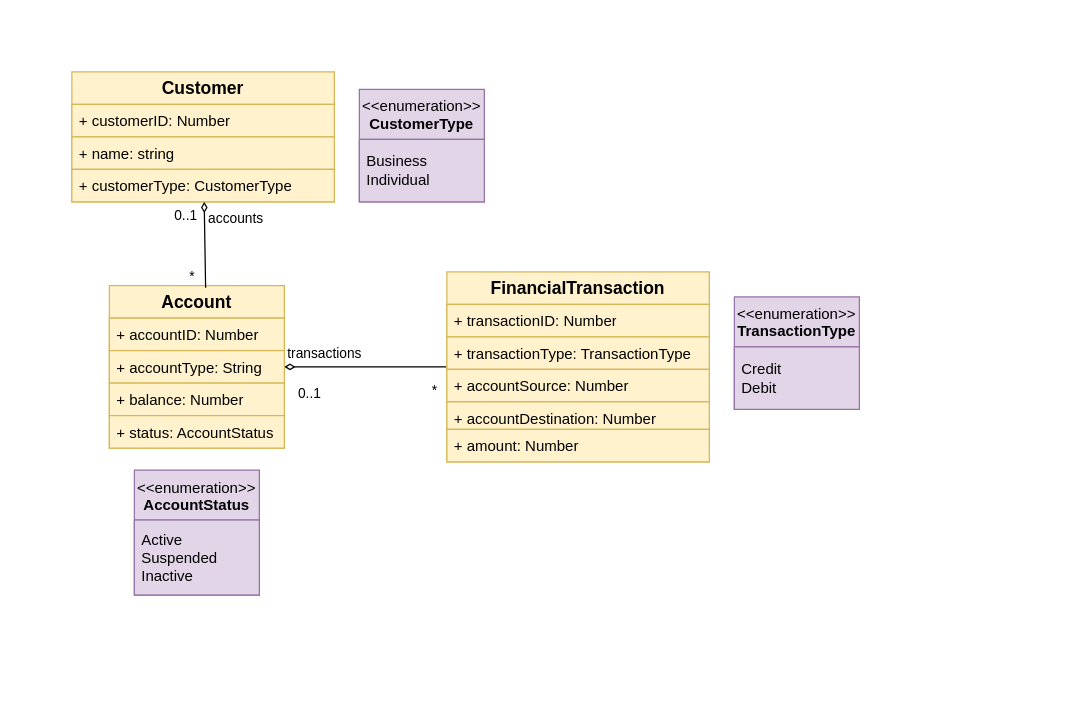
Above: docs/assets/beapizer-example.drawio in houcemlaw/beapizer (draw.io), before the change. Source tidied: cells renumbered, new cells numbered last; positions are measured from the earlier drawing's top-left corner, leaving out a move shared by most shapes. Both pictures are drawn from the tidied source at 125%, with x=0, y=0 at pixel (21, 34).
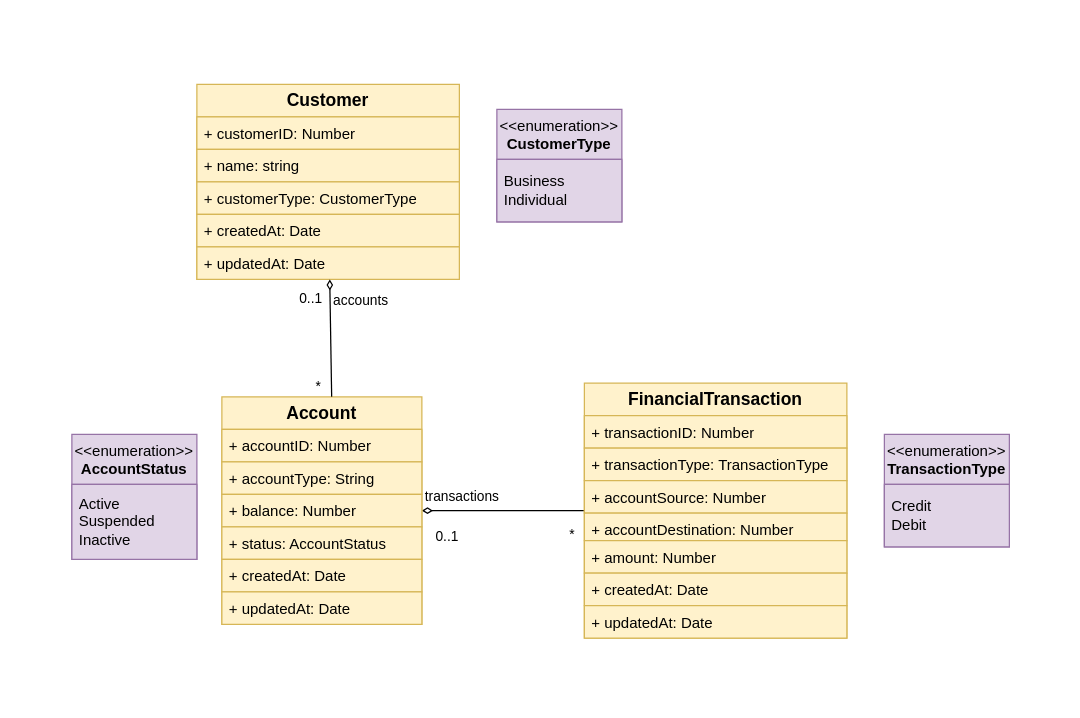
The same page after the edit.

Change to the diagram source:
```diff
@@
     <mxCell id="2" style="rounded=1;whiteSpace=wrap;html=1;fillColor=default;strokeColor=none;" parent="1" vertex="1">
-      <mxGeometry width="690" height="470" as="geometry" />
+      <mxGeometry y="-10" width="830" height="540" as="geometry" />
     </mxCell>
     <mxCell id="3" value="Customer" style="swimlane;fontStyle=1;horizontal=1;startSize=26;fillColor=#fff2cc;whiteSpace=wrap;html=1;strokeColor=#d6b656;fontSize=14;" parent="1" vertex="1">
-      <mxGeometry x="40" y="30" width="210" height="104" as="geometry" />
+      <mxGeometry x="140" y="40" width="210" height="156" as="geometry" />
     </mxCell>
@@
+    <mxCell id="32" value="+ customerType: CustomerType" style="text;strokeColor=#d6b656;fillColor=#fff2cc;align=left;verticalAlign=top;spacingLeft=4;spacingRight=4;overflow=hidden;whiteSpace=wrap;html=1;" parent="3" vertex="1">
+      <mxGeometry y="78" width="210" height="26" as="geometry" />
+    </mxCell>
+    <mxCell id="33" value="+ createdAt: Date" style="text;strokeColor=#d6b656;fillColor=#fff2cc;align=left;verticalAlign=top;spacingLeft=4;spacingRight=4;overflow=hidden;whiteSpace=wrap;html=1;" parent="3" vertex="1">
+      <mxGeometry y="104" width="210" height="26" as="geometry" />
+    </mxCell>
-    <mxCell id="6" value="+ customerType: CustomerType" style="text;strokeColor=#d6b656;fillColor=#fff2cc;align=left;verticalAlign=top;spacingLeft=4;spacingRight=4;overflow=hidden;whiteSpace=wrap;html=1;" parent="3" vertex="1">
-      <mxGeometry y="78" width="210" height="26" as="geometry" />
+    <mxCell id="6" value="+ updatedAt: Date" style="text;strokeColor=#d6b656;fillColor=#fff2cc;align=left;verticalAlign=top;spacingLeft=4;spacingRight=4;overflow=hidden;whiteSpace=wrap;html=1;" parent="3" vertex="1">
+      <mxGeometry y="130" width="210" height="26" as="geometry" />
     </mxCell>
@@
     <mxCell id="11" value="Account" style="swimlane;fontStyle=1;horizontal=1;startSize=26;fillColor=#fff2cc;whiteSpace=wrap;html=1;strokeColor=#d6b656;fontSize=14;" parent="1" vertex="1">
-      <mxGeometry x="70" y="201" width="140" height="130" as="geometry" />
+      <mxGeometry x="160" y="290" width="160" height="182" as="geometry" />
     </mxCell>
     <mxCell id="12" value="+ accountID: Number" style="text;strokeColor=#d6b656;fillColor=#fff2cc;align=left;verticalAlign=top;spacingLeft=4;spacingRight=4;overflow=hidden;whiteSpace=wrap;html=1;" parent="11" vertex="1">
-      <mxGeometry y="26" width="140" height="26" as="geometry" />
+      <mxGeometry y="26" width="160" height="26" as="geometry" />
     </mxCell>
     <mxCell id="13" value="+ accountType: String" style="text;strokeColor=#d6b656;fillColor=#fff2cc;align=left;verticalAlign=top;spacingLeft=4;spacingRight=4;overflow=hidden;whiteSpace=wrap;html=1;" parent="11" vertex="1">
-      <mxGeometry y="52" width="140" height="26" as="geometry" />
+      <mxGeometry y="52" width="160" height="26" as="geometry" />
     </mxCell>
     <mxCell id="14" value="+ balance: Number" style="text;strokeColor=#d6b656;fillColor=#fff2cc;align=left;verticalAlign=top;spacingLeft=4;spacingRight=4;overflow=hidden;whiteSpace=wrap;html=1;" parent="11" vertex="1">
-      <mxGeometry y="78" width="140" height="26" as="geometry" />
+      <mxGeometry y="78" width="160" height="26" as="geometry" />
     </mxCell>
     <mxCell id="15" value="+ status: AccountStatus" style="text;strokeColor=#d6b656;fillColor=#fff2cc;align=left;verticalAlign=top;spacingLeft=4;spacingRight=4;overflow=hidden;whiteSpace=wrap;html=1;" parent="11" vertex="1">
-      <mxGeometry y="104" width="140" height="26" as="geometry" />
+      <mxGeometry y="104" width="160" height="26" as="geometry" />
     </mxCell>
+    <mxCell id="34" value="+ createdAt: Date" style="text;strokeColor=#d6b656;fillColor=#fff2cc;align=left;verticalAlign=top;spacingLeft=4;spacingRight=4;overflow=hidden;whiteSpace=wrap;html=1;" parent="11" vertex="1">
+      <mxGeometry y="130" width="160" height="26" as="geometry" />
+    </mxCell>
+    <mxCell id="35" value="+ updatedAt: Date" style="text;strokeColor=#d6b656;fillColor=#fff2cc;align=left;verticalAlign=top;spacingLeft=4;spacingRight=4;overflow=hidden;whiteSpace=wrap;html=1;" parent="11" vertex="1">
+      <mxGeometry y="156" width="160" height="26" as="geometry" />
+    </mxCell>
     <mxCell id="16" value="FinancialTransaction" style="swimlane;fontStyle=1;horizontal=1;startSize=26;fillColor=#fff2cc;whiteSpace=wrap;html=1;strokeColor=#d6b656;fontSize=14;" parent="1" vertex="1">
-      <mxGeometry x="340" y="190" width="210" height="152" as="geometry" />
+      <mxGeometry x="450" y="279" width="210" height="204" as="geometry" />
     </mxCell>
@@
+    <mxCell id="36" value="+ amount: Number" style="text;strokeColor=#d6b656;fillColor=#fff2cc;align=left;verticalAlign=top;spacingLeft=4;spacingRight=4;overflow=hidden;whiteSpace=wrap;html=1;" parent="16" vertex="1">
+      <mxGeometry y="126" width="210" height="26" as="geometry" />
+    </mxCell>
+    <mxCell id="37" value="+ createdAt: Date" style="text;strokeColor=#d6b656;fillColor=#fff2cc;align=left;verticalAlign=top;spacingLeft=4;spacingRight=4;overflow=hidden;whiteSpace=wrap;html=1;" parent="16" vertex="1">
+      <mxGeometry y="152" width="210" height="26" as="geometry" />
+    </mxCell>
-    <mxCell id="21" value="+ amount: Number" style="text;strokeColor=#d6b656;fillColor=#fff2cc;align=left;verticalAlign=top;spacingLeft=4;spacingRight=4;overflow=hidden;whiteSpace=wrap;html=1;" parent="16" vertex="1">
-      <mxGeometry y="126" width="210" height="26" as="geometry" />
+    <mxCell id="21" value="+ updatedAt: Date" style="text;strokeColor=#d6b656;fillColor=#fff2cc;align=left;verticalAlign=top;spacingLeft=4;spacingRight=4;overflow=hidden;whiteSpace=wrap;html=1;" parent="16" vertex="1">
+      <mxGeometry y="178" width="210" height="26" as="geometry" />
     </mxCell>
     <mxCell id="22" value="&amp;lt;&amp;lt;enumeration&amp;gt;&amp;gt;&lt;br&gt;&lt;b&gt;TransactionType&lt;/b&gt;" style="swimlane;fontStyle=0;align=center;verticalAlign=top;horizontal=1;startSize=40;html=1;whiteSpace=wrap;fillColor=#e1d5e7;strokeColor=#9673a6;" parent="1" vertex="1">
-      <mxGeometry x="570" y="210" width="100" height="90" as="geometry" />
+      <mxGeometry x="690" y="320" width="100" height="90" as="geometry" />
     </mxCell>
@@
     <mxCell id="24" value="&amp;lt;&amp;lt;enumeration&amp;gt;&amp;gt;&lt;br&gt;&lt;b&gt;CustomerType&lt;/b&gt;" style="swimlane;fontStyle=0;align=center;verticalAlign=top;horizontal=1;startSize=40;html=1;whiteSpace=wrap;fillColor=#e1d5e7;strokeColor=#9673a6;" parent="1" vertex="1">
-      <mxGeometry x="270" y="44" width="100" height="90" as="geometry" />
+      <mxGeometry x="380" y="60" width="100" height="90" as="geometry" />
     </mxCell>
@@
-    <mxCell id="26" style="rounded=0;jettySize=auto;html=1;entryX=0.55;entryY=0.013;entryDx=0;entryDy=0;entryPerimeter=0;endArrow=none;endFill=0;startArrow=diamondThin;startFill=0;" parent="1" edge="1" source="3" target="11">
+    <mxCell id="26" style="rounded=0;jettySize=auto;html=1;entryX=0.549;entryY=-0.001;entryDx=0;entryDy=0;entryPerimeter=0;endArrow=none;endFill=0;startArrow=diamondThin;startFill=0;" parent="1" edge="1" source="3" target="11">
       <mxGeometry relative="1" as="geometry" />
     </mxCell>
@@
     <mxCell id="28" value="*" style="edgeLabel;html=1;align=center;verticalAlign=middle;" parent="26" vertex="1">
       <mxGeometry x="0.7" relative="1" as="geometry">
-        <mxPoint x="-11" y="2" as="offset" />
+        <mxPoint x="-11" y="6" as="offset" />
       </mxGeometry>
     </mxCell>
@@
     <mxCell id="30" value="&amp;lt;&amp;lt;enumeration&amp;gt;&amp;gt;&lt;br&gt;&lt;b&gt;AccountStatus&lt;/b&gt;" style="swimlane;fontStyle=0;align=center;verticalAlign=top;horizontal=1;startSize=40;html=1;whiteSpace=wrap;fillColor=#e1d5e7;strokeColor=#9673a6;" parent="1" vertex="1">
-      <mxGeometry x="90" y="348.5" width="100" height="100" as="geometry" />
+      <mxGeometry x="40" y="320" width="100" height="100" as="geometry" />
     </mxCell>
```
